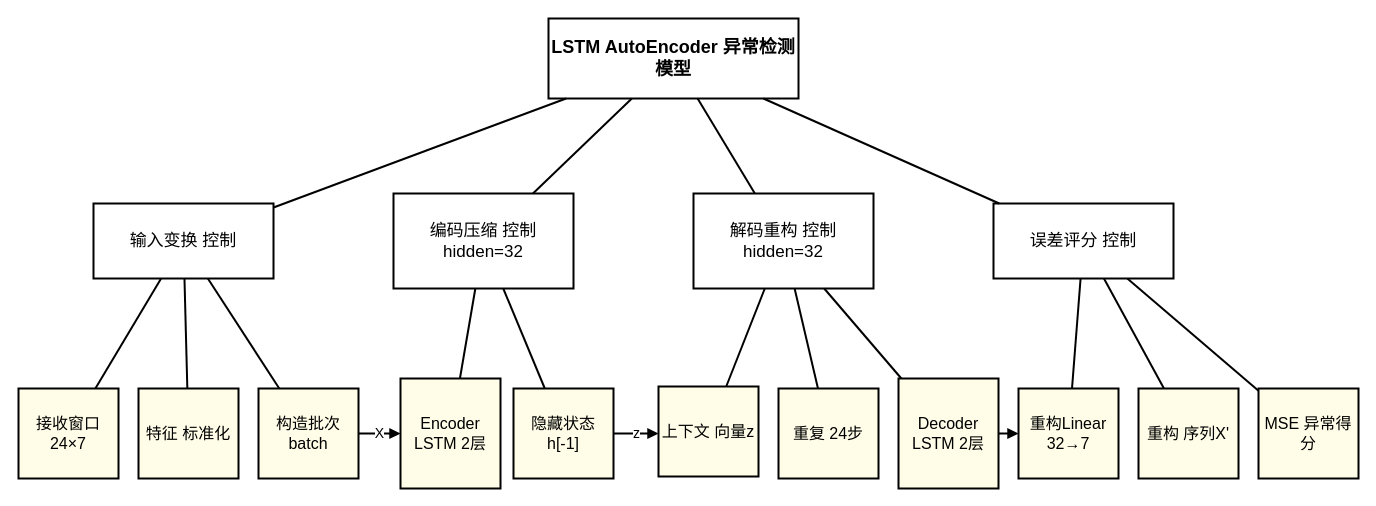
Earlier version of the draw.io diagram pictures_drawio/LSTM Encoder模型结构图.drawio (solisW/my_thesis_system). Source tidied: cells renumbered, new cells numbered last; positions are measured from the earlier drawing's top-left corner, leaving out a move shared by most shapes. Both pictures are drawn from the tidied source at 100%, with x=0, y=0 at pixel (18, 18).
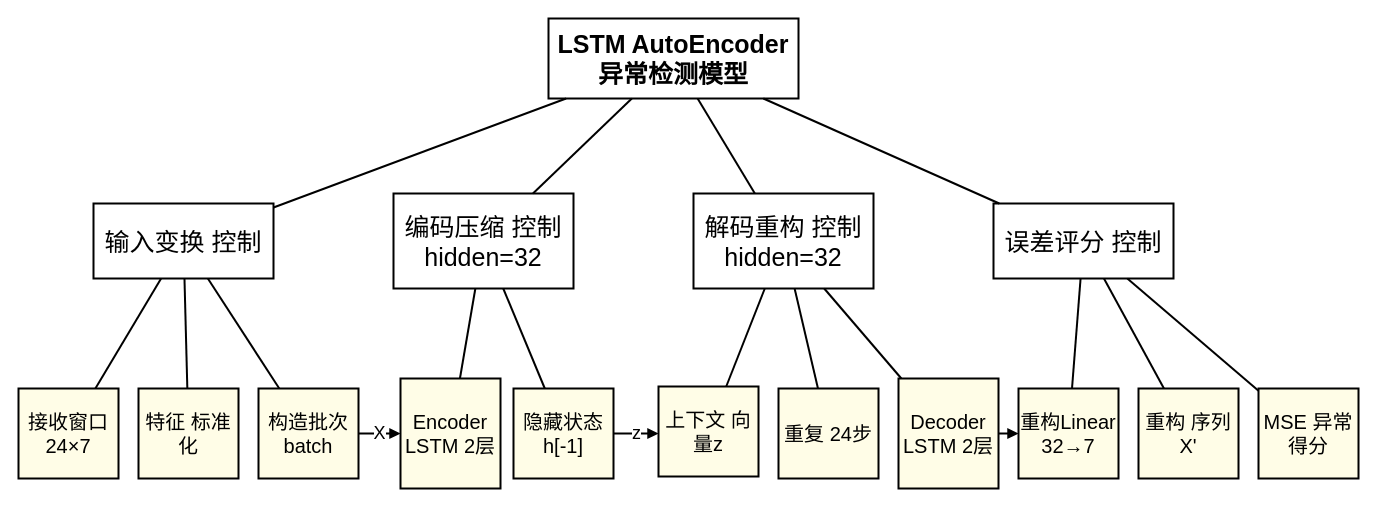
Above is the later version.

What changed in the source:
```diff
@@
-    <mxCell id="2" value="LSTM AutoEncoder 异常检测模型" style="rounded=0;whiteSpace=wrap;html=1;fillColor=#ffffff;strokeColor=#000000;strokeWidth=2;fontSize=18;fontStyle=1;" parent="1" vertex="1">
+    <mxCell id="2" value="&lt;font style=&quot;font-size: 25px;&quot;&gt;LSTM AutoEncoder 异常检测模型&lt;/font&gt;" style="rounded=0;whiteSpace=wrap;html=1;fillColor=#ffffff;strokeColor=#000000;strokeWidth=2;fontSize=18;fontStyle=1;" parent="1" vertex="1">
       <mxGeometry x="530" width="250" height="80" as="geometry" />
     </mxCell>
-    <mxCell id="3" value="输入变换 控制" style="rounded=0;whiteSpace=wrap;html=1;fillColor=#ffffff;strokeColor=#000000;strokeWidth=2;fontSize=17;" parent="1" vertex="1">
+    <mxCell id="3" value="&lt;font style=&quot;font-size: 25px;&quot;&gt;输入变换 控制&lt;/font&gt;" style="rounded=0;whiteSpace=wrap;html=1;fillColor=#ffffff;strokeColor=#000000;strokeWidth=2;fontSize=17;" parent="1" vertex="1">
       <mxGeometry x="75" y="185" width="180" height="75" as="geometry" />
     </mxCell>
-    <mxCell id="4" value="编码压缩 控制 hidden=32" style="rounded=0;whiteSpace=wrap;html=1;fillColor=#ffffff;strokeColor=#000000;strokeWidth=2;fontSize=17;" parent="1" vertex="1">
+    <mxCell id="4" value="&lt;font style=&quot;font-size: 25px;&quot;&gt;编码压缩 控制 hidden=32&lt;/font&gt;" style="rounded=0;whiteSpace=wrap;html=1;fillColor=#ffffff;strokeColor=#000000;strokeWidth=2;fontSize=17;" parent="1" vertex="1">
       <mxGeometry x="375" y="175" width="180" height="95" as="geometry" />
     </mxCell>
-    <mxCell id="5" value="解码重构 控制 hidden=32" style="rounded=0;whiteSpace=wrap;html=1;fillColor=#ffffff;strokeColor=#000000;strokeWidth=2;fontSize=17;" parent="1" vertex="1">
+    <mxCell id="5" value="&lt;font style=&quot;font-size: 25px;&quot;&gt;解码重构 控制 hidden=32&lt;/font&gt;" style="rounded=0;whiteSpace=wrap;html=1;fillColor=#ffffff;strokeColor=#000000;strokeWidth=2;fontSize=17;" parent="1" vertex="1">
       <mxGeometry x="675" y="175" width="180" height="95" as="geometry" />
     </mxCell>
-    <mxCell id="6" value="误差评分 控制" style="rounded=0;whiteSpace=wrap;html=1;fillColor=#ffffff;strokeColor=#000000;strokeWidth=2;fontSize=17;" parent="1" vertex="1">
+    <mxCell id="6" value="&lt;font style=&quot;font-size: 25px;&quot;&gt;误差评分 控制&lt;/font&gt;" style="rounded=0;whiteSpace=wrap;html=1;fillColor=#ffffff;strokeColor=#000000;strokeWidth=2;fontSize=17;" parent="1" vertex="1">
       <mxGeometry x="975" y="185" width="180" height="75" as="geometry" />
     </mxCell>
@@
-    <mxCell id="11" value="接收窗口 24×7" style="rounded=0;whiteSpace=wrap;html=1;fillColor=#fffde7;strokeColor=#000000;strokeWidth=2;fontSize=16;" parent="1" vertex="1">
+    <mxCell id="11" value="&lt;font style=&quot;font-size: 20px;&quot;&gt;接收窗口 24×7&lt;/font&gt;" style="rounded=0;whiteSpace=wrap;html=1;fillColor=#fffde7;strokeColor=#000000;strokeWidth=2;fontSize=16;" parent="1" vertex="1">
       <mxGeometry y="370" width="100" height="90" as="geometry" />
     </mxCell>
-    <mxCell id="12" value="特征 标准化" style="rounded=0;whiteSpace=wrap;html=1;fillColor=#fffde7;strokeColor=#000000;strokeWidth=2;fontSize=16;" parent="1" vertex="1">
+    <mxCell id="12" value="&lt;font style=&quot;font-size: 20px;&quot;&gt;特征 标准化&lt;/font&gt;" style="rounded=0;whiteSpace=wrap;html=1;fillColor=#fffde7;strokeColor=#000000;strokeWidth=2;fontSize=16;" parent="1" vertex="1">
       <mxGeometry x="120" y="370" width="100" height="90" as="geometry" />
     </mxCell>
-    <mxCell id="13" value="构造批次 batch" style="rounded=0;whiteSpace=wrap;html=1;fillColor=#fffde7;strokeColor=#000000;strokeWidth=2;fontSize=16;" parent="1" vertex="1">
+    <mxCell id="13" value="&lt;font style=&quot;font-size: 20px;&quot;&gt;构造批次 batch&lt;/font&gt;" style="rounded=0;whiteSpace=wrap;html=1;fillColor=#fffde7;strokeColor=#000000;strokeWidth=2;fontSize=16;" parent="1" vertex="1">
       <mxGeometry x="240" y="370" width="100" height="90" as="geometry" />
     </mxCell>
-    <mxCell id="14" value="Encoder LSTM 2层" style="rounded=0;whiteSpace=wrap;html=1;fillColor=#fffde7;strokeColor=#000000;strokeWidth=2;fontSize=16;" parent="1" vertex="1">
+    <mxCell id="14" value="&lt;font style=&quot;font-size: 20px;&quot;&gt;Encoder LSTM 2层&lt;/font&gt;" style="rounded=0;whiteSpace=wrap;html=1;fillColor=#fffde7;strokeColor=#000000;strokeWidth=2;fontSize=16;" parent="1" vertex="1">
       <mxGeometry x="382" y="360" width="100" height="110" as="geometry" />
     </mxCell>
-    <mxCell id="15" value="隐藏状态 h[-1]" style="rounded=0;whiteSpace=wrap;html=1;fillColor=#fffde7;strokeColor=#000000;strokeWidth=2;fontSize=16;" parent="1" vertex="1">
+    <mxCell id="15" value="&lt;font style=&quot;font-size: 20px;&quot;&gt;隐藏状态 h[-1]&lt;/font&gt;" style="rounded=0;whiteSpace=wrap;html=1;fillColor=#fffde7;strokeColor=#000000;strokeWidth=2;fontSize=16;" parent="1" vertex="1">
       <mxGeometry x="495" y="370" width="100" height="90" as="geometry" />
     </mxCell>
-    <mxCell id="16" value="上下文 向量z" style="rounded=0;whiteSpace=wrap;html=1;fillColor=#fffde7;strokeColor=#000000;strokeWidth=2;fontSize=16;" parent="1" vertex="1">
+    <mxCell id="16" value="&lt;font style=&quot;font-size: 20px;&quot;&gt;上下文 向量z&lt;/font&gt;" style="rounded=0;whiteSpace=wrap;html=1;fillColor=#fffde7;strokeColor=#000000;strokeWidth=2;fontSize=16;" parent="1" vertex="1">
       <mxGeometry x="640" y="368" width="100" height="90" as="geometry" />
     </mxCell>
-    <mxCell id="17" value="重复 24步" style="rounded=0;whiteSpace=wrap;html=1;fillColor=#fffde7;strokeColor=#000000;strokeWidth=2;fontSize=16;" parent="1" vertex="1">
+    <mxCell id="17" value="&lt;font style=&quot;font-size: 20px;&quot;&gt;重复 24步&lt;/font&gt;" style="rounded=0;whiteSpace=wrap;html=1;fillColor=#fffde7;strokeColor=#000000;strokeWidth=2;fontSize=16;" parent="1" vertex="1">
       <mxGeometry x="760" y="370" width="100" height="90" as="geometry" />
     </mxCell>
-    <mxCell id="18" value="Decoder LSTM 2层" style="rounded=0;whiteSpace=wrap;html=1;fillColor=#fffde7;strokeColor=#000000;strokeWidth=2;fontSize=16;" parent="1" vertex="1">
+    <mxCell id="18" value="&lt;font style=&quot;font-size: 20px;&quot;&gt;Decoder LSTM 2层&lt;/font&gt;" style="rounded=0;whiteSpace=wrap;html=1;fillColor=#fffde7;strokeColor=#000000;strokeWidth=2;fontSize=16;" parent="1" vertex="1">
       <mxGeometry x="880" y="360" width="100" height="110" as="geometry" />
     </mxCell>
-    <mxCell id="19" value="重构Linear 32→7" style="rounded=0;whiteSpace=wrap;html=1;fillColor=#fffde7;strokeColor=#000000;strokeWidth=2;fontSize=16;" parent="1" vertex="1">
+    <mxCell id="19" value="&lt;font style=&quot;font-size: 20px;&quot;&gt;重构Linear 32→7&lt;/font&gt;" style="rounded=0;whiteSpace=wrap;html=1;fillColor=#fffde7;strokeColor=#000000;strokeWidth=2;fontSize=16;" parent="1" vertex="1">
       <mxGeometry x="1000" y="370" width="100" height="90" as="geometry" />
     </mxCell>
-    <mxCell id="20" value="重构 序列X'" style="rounded=0;whiteSpace=wrap;html=1;fillColor=#fffde7;strokeColor=#000000;strokeWidth=2;fontSize=16;" parent="1" vertex="1">
+    <mxCell id="20" value="&lt;font style=&quot;font-size: 20px;&quot;&gt;重构 序列X'&lt;/font&gt;" style="rounded=0;whiteSpace=wrap;html=1;fillColor=#fffde7;strokeColor=#000000;strokeWidth=2;fontSize=16;" parent="1" vertex="1">
       <mxGeometry x="1120" y="370" width="100" height="90" as="geometry" />
     </mxCell>
-    <mxCell id="21" value="MSE 异常得分" style="rounded=0;whiteSpace=wrap;html=1;fillColor=#fffde7;strokeColor=#000000;strokeWidth=2;fontSize=16;" parent="1" vertex="1">
+    <mxCell id="21" value="&lt;font style=&quot;font-size: 20px;&quot;&gt;MSE 异常得分&lt;/font&gt;" style="rounded=0;whiteSpace=wrap;html=1;fillColor=#fffde7;strokeColor=#000000;strokeWidth=2;fontSize=16;" parent="1" vertex="1">
       <mxGeometry x="1240" y="370" width="100" height="90" as="geometry" />
     </mxCell>
@@
-    <mxCell id="33" value="X" style="endArrow=block;html=1;rounded=0;strokeWidth=2;fontSize=14;entryX=0;entryY=0.5;entryDx=0;entryDy=0;" parent="1" edge="1" target="14">
+    <mxCell id="33" value="&lt;font style=&quot;font-size: 18px;&quot;&gt;X&lt;/font&gt;" style="endArrow=block;html=1;rounded=0;strokeWidth=2;fontSize=14;entryX=0;entryY=0.5;entryDx=0;entryDy=0;" parent="1" edge="1" target="14">
       <mxGeometry relative="1" as="geometry">
         <mxPoint x="340" y="415" as="sourcePoint" />
       </mxGeometry>
     </mxCell>
-    <mxCell id="34" value="z" style="endArrow=block;html=1;rounded=0;strokeWidth=2;fontSize=14;" parent="1" edge="1">
+    <mxCell id="34" value="&lt;font style=&quot;font-size: 18px;&quot;&gt;z&lt;/font&gt;" style="endArrow=block;html=1;rounded=0;strokeWidth=2;fontSize=14;" parent="1" edge="1">
       <mxGeometry relative="1" as="geometry">
         <mxPoint x="595" y="415" as="sourcePoint" />
         <mxPoint x="640" y="415" as="targetPoint" />
       </mxGeometry>
     </mxCell>
```
